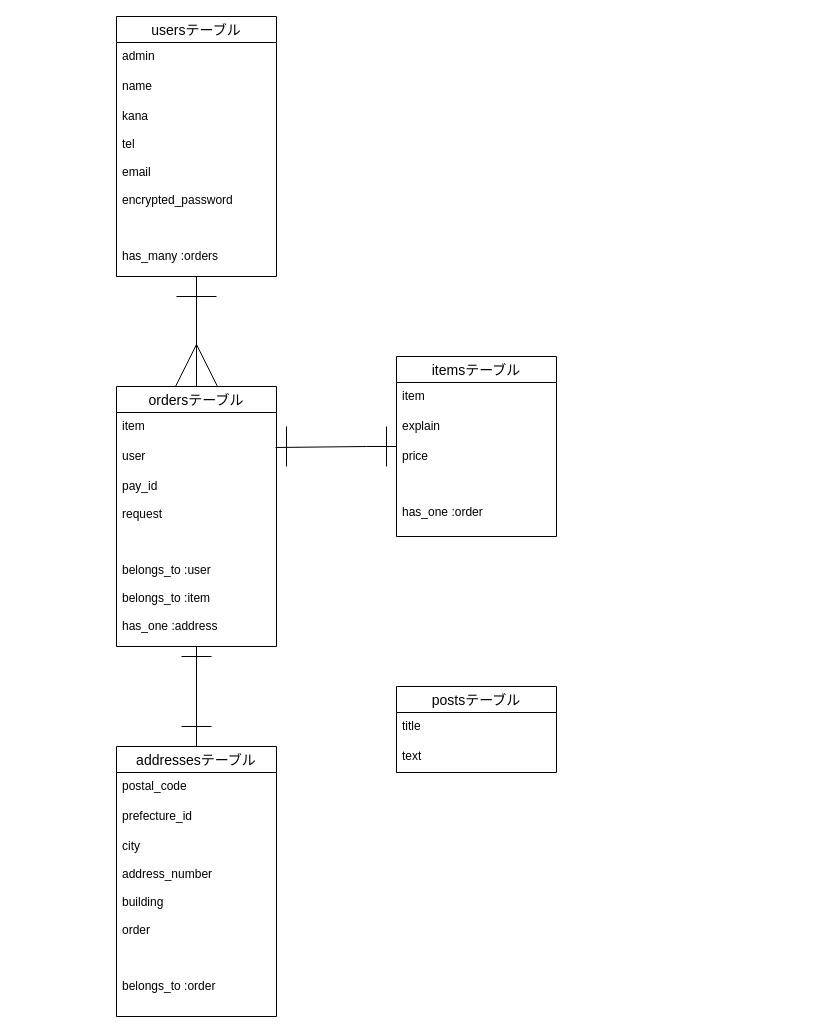
This is er.dio from naoto-so/shoppers, a draw.io file, before an edit. Source tidied: cells renumbered, new cells numbered last; positions are measured from the earlier drawing's top-left corner, leaving out a move shared by most shapes. Both pictures are drawn from the tidied source at 100%, with x=0, y=0 at pixel (116, 16).
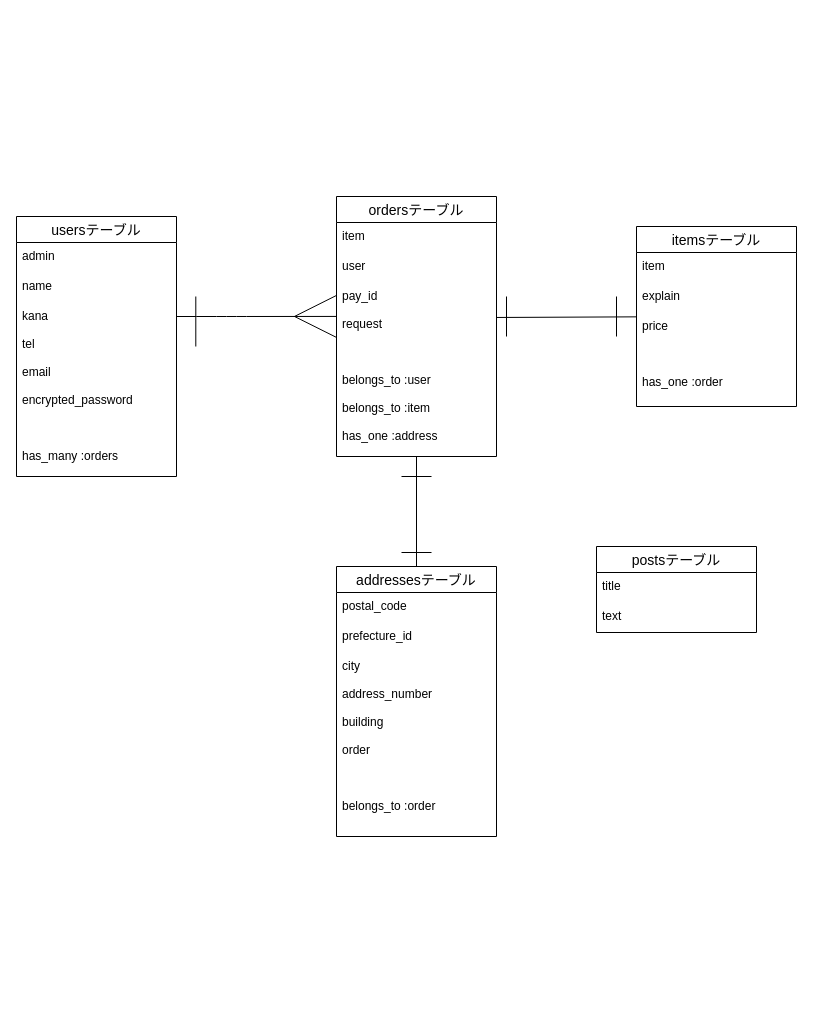
After the change.

Commit message (it also covers changes not shown here):
データベース設計の添付

The change refers to these unchanged cells:
```xml
<mxCell id="14" value="user" style="text;strokeColor=none;fillColor=none;spacingLeft=4;spacingRight=4;overflow=hidden;points=[[0,0.5],[1,0.5]];portConstraint=eastwest;fontSize=12;" parent="12" vertex="1">
  <mxGeometry y="56" width="160" height="30" as="geometry" />
</mxCell>
<mxCell id="15" value="pay_id&#10;&#10;request&#10;&#10;&#10;&#10;belongs_to :user&#10;&#10;belongs_to :item&#10;&#10;has_one :address" style="text;strokeColor=none;fillColor=none;spacingLeft=4;spacingRight=4;overflow=hidden;points=[[0,0.5],[1,0.5]];portConstraint=eastwest;fontSize=12;" parent="12" vertex="1">
  <mxGeometry y="86" width="160" height="174" as="geometry" />
</mxCell>
```

Change to the diagram source:
```diff
@@
-    <mxCell id="2" style="edgeStyle=none;html=1;entryX=0.5;entryY=0;entryDx=0;entryDy=0;endArrow=ERmany;endFill=0;strokeWidth=1;endSize=40;" parent="1" edge="1" source="3" target="12">
-      <mxGeometry relative="1" as="geometry" />
+    <mxCell id="2" style="edgeStyle=none;html=1;entryX=0;entryY=0.195;entryDx=0;entryDy=0;endArrow=ERmany;endFill=0;strokeWidth=1;endSize=40;entryPerimeter=0;" parent="1" edge="1" target="15">
+      <mxGeometry relative="1" as="geometry">
+        <mxPoint x="60" y="300" as="sourcePoint" />
+        <Array as="points">
+          <mxPoint x="90" y="300" />
+          <mxPoint x="120" y="300" />
+        </Array>
+      </mxGeometry>
     </mxCell>
     <mxCell id="3" value="usersテーブル" style="swimlane;fontStyle=0;horizontal=1;startSize=26;align=center;fontSize=14;" parent="1" vertex="1">
-      <mxGeometry width="160" height="260" as="geometry" />
+      <mxGeometry x="-100" y="200" width="160" height="260" as="geometry" />
     </mxCell>
@@
-    <mxCell id="7" style="edgeStyle=none;html=1;endArrow=none;endFill=0;endSize=40;strokeWidth=1;rounded=0;entryX=0.994;entryY=0.167;entryDx=0;entryDy=0;entryPerimeter=0;" parent="1" edge="1" source="8" target="14">
-      <mxGeometry relative="1" as="geometry">
-        <Array as="points">
-          <mxPoint x="250" y="430" />
-        </Array>
-      </mxGeometry>
+    <mxCell id="7" style="edgeStyle=none;html=1;endArrow=none;endFill=0;endSize=40;strokeWidth=1;rounded=0;entryX=0.998;entryY=0.201;entryDx=0;entryDy=0;entryPerimeter=0;" parent="1" edge="1" source="8" target="15">
+      <mxGeometry relative="1" as="geometry" />
     </mxCell>
     <mxCell id="8" value="itemsテーブル" style="swimlane;fontStyle=0;horizontal=1;startSize=26;align=center;fontSize=14;" parent="1" vertex="1">
-      <mxGeometry x="280" y="340" width="160" height="180" as="geometry" />
+      <mxGeometry x="520" y="210" width="160" height="180" as="geometry" />
     </mxCell>
@@
     <mxCell id="12" value="ordersテーブル" style="swimlane;fontStyle=0;horizontal=1;startSize=26;align=center;fontSize=14;" parent="1" vertex="1">
-      <mxGeometry y="370" width="160" height="260" as="geometry" />
+      <mxGeometry x="220" y="180" width="160" height="260" as="geometry" />
     </mxCell>
@@
     <mxCell id="17" value="addressesテーブル" style="swimlane;fontStyle=0;horizontal=1;startSize=26;align=center;fontSize=14;" parent="1" vertex="1">
-      <mxGeometry y="730" width="160" height="270" as="geometry" />
+      <mxGeometry x="220" y="550" width="160" height="270" as="geometry" />
     </mxCell>
@@
     <mxCell id="21" value="postsテーブル" style="swimlane;fontStyle=0;horizontal=1;startSize=26;align=center;fontSize=14;" parent="1" vertex="1">
-      <mxGeometry x="280" y="670" width="160" height="86" as="geometry" />
+      <mxGeometry x="480" y="530" width="160" height="86" as="geometry" />
     </mxCell>
@@
     <mxCell id="24" style="endArrow=none;html=1;endSize=40;strokeWidth=1;" parent="1" edge="1">
       <mxGeometry relative="1" as="geometry">
-        <mxPoint x="60" y="280" as="sourcePoint" />
-        <mxPoint x="100" y="280" as="targetPoint" />
-        <Array as="points">
-          <mxPoint x="100" y="280" />
-        </Array>
+        <mxPoint x="79.3" y="280" as="sourcePoint" />
+        <mxPoint x="79.3" y="330" as="targetPoint" />
       </mxGeometry>
     </mxCell>
     <mxCell id="25" style="endArrow=none;html=1;endSize=40;strokeWidth=1;" parent="1" edge="1">
       <mxGeometry relative="1" as="geometry">
-        <mxPoint x="170" y="410" as="sourcePoint" />
-        <mxPoint x="170" y="450" as="targetPoint" />
+        <mxPoint x="390" y="280" as="sourcePoint" />
+        <mxPoint x="390" y="320" as="targetPoint" />
         <Array as="points">
-          <mxPoint x="170" y="450" />
+          <mxPoint x="390" y="320" />
         </Array>
       </mxGeometry>
     </mxCell>
     <mxCell id="26" style="edgeStyle=none;rounded=0;html=1;exitX=1;exitY=0.5;exitDx=0;exitDy=0;endArrow=none;endFill=0;endSize=40;strokeWidth=1;" parent="1" edge="1">
       <mxGeometry relative="1" as="geometry">
-        <mxPoint x="65" y="640" as="sourcePoint" />
-        <mxPoint x="95" y="640" as="targetPoint" />
+        <mxPoint x="285" y="460" as="sourcePoint" />
+        <mxPoint x="315" y="460" as="targetPoint" />
       </mxGeometry>
     </mxCell>
     <mxCell id="27" style="endArrow=none;html=1;endSize=40;strokeWidth=1;" parent="1" edge="1">
       <mxGeometry relative="1" as="geometry">
-        <mxPoint x="270" y="410" as="sourcePoint" />
-        <mxPoint x="270" y="450" as="targetPoint" />
+        <mxPoint x="500" y="280" as="sourcePoint" />
+        <mxPoint x="500" y="320" as="targetPoint" />
         <Array as="points">
-          <mxPoint x="270" y="450" />
+          <mxPoint x="500" y="320" />
         </Array>
       </mxGeometry>
     </mxCell>
     <mxCell id="28" style="edgeStyle=none;rounded=0;html=1;exitX=1;exitY=0.5;exitDx=0;exitDy=0;endArrow=none;endFill=0;endSize=40;strokeWidth=1;" parent="1" edge="1">
       <mxGeometry relative="1" as="geometry">
-        <mxPoint x="65" y="710" as="sourcePoint" />
-        <mxPoint x="95" y="710" as="targetPoint" />
+        <mxPoint x="285" y="536" as="sourcePoint" />
+        <mxPoint x="315" y="536" as="targetPoint" />
       </mxGeometry>
     </mxCell>
```
